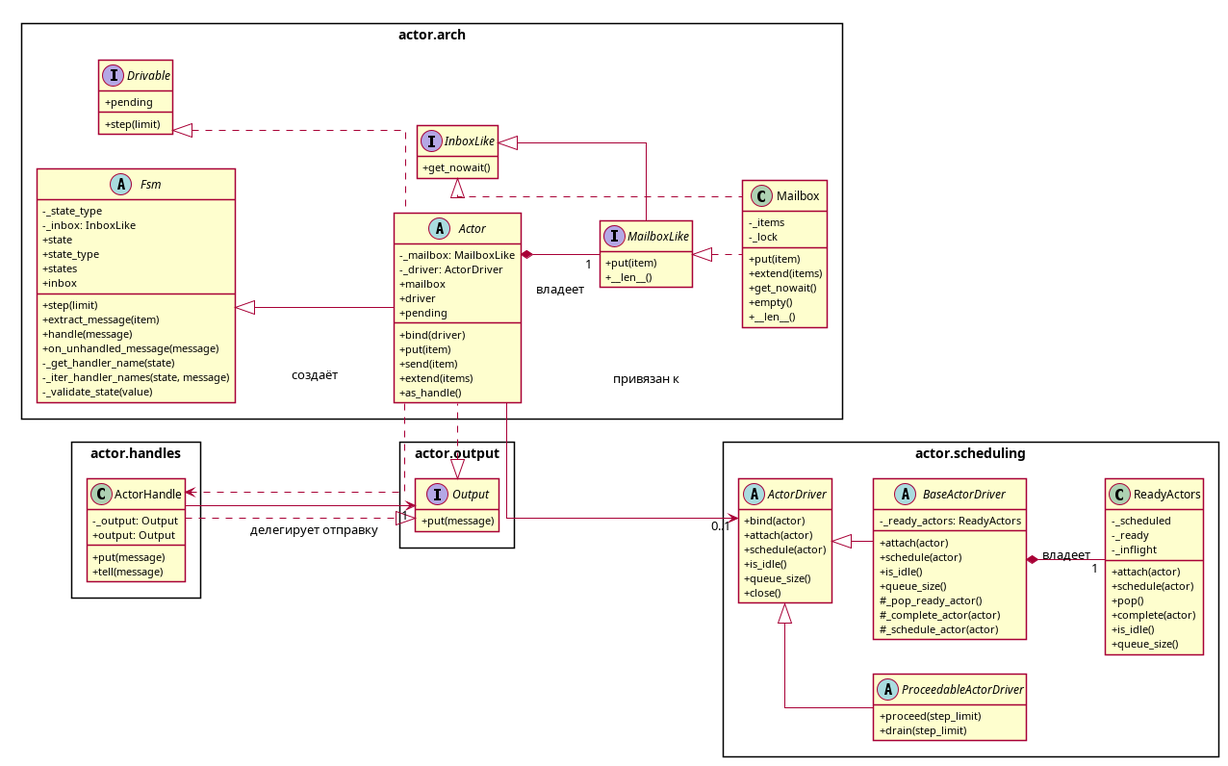
Forthey/DiGr keeps this PlantUML diagram as docs/uml/actor_architecture.png. Above is the earlier version. Its source is kept beside it as docs/uml/actor_architecture.puml.
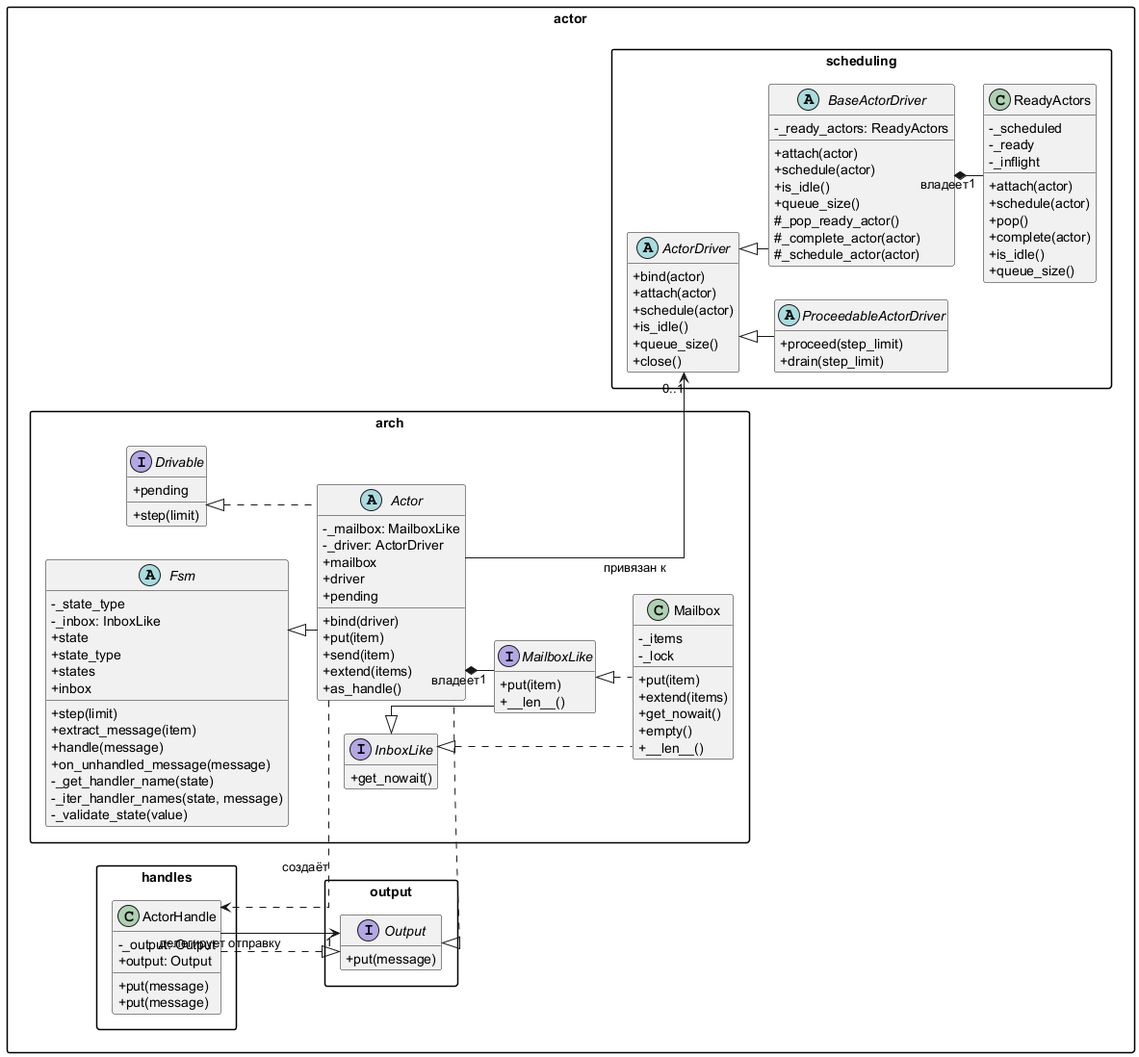
The same file after the commit.

What changed in the source:
```diff
@@ -19,7 +19,7 @@
     -_output: Output
     +output: Output
     +put(message)
-    +tell(message)
+    +put(message)
   }
 
   ActorHandle ..|> Output
```
